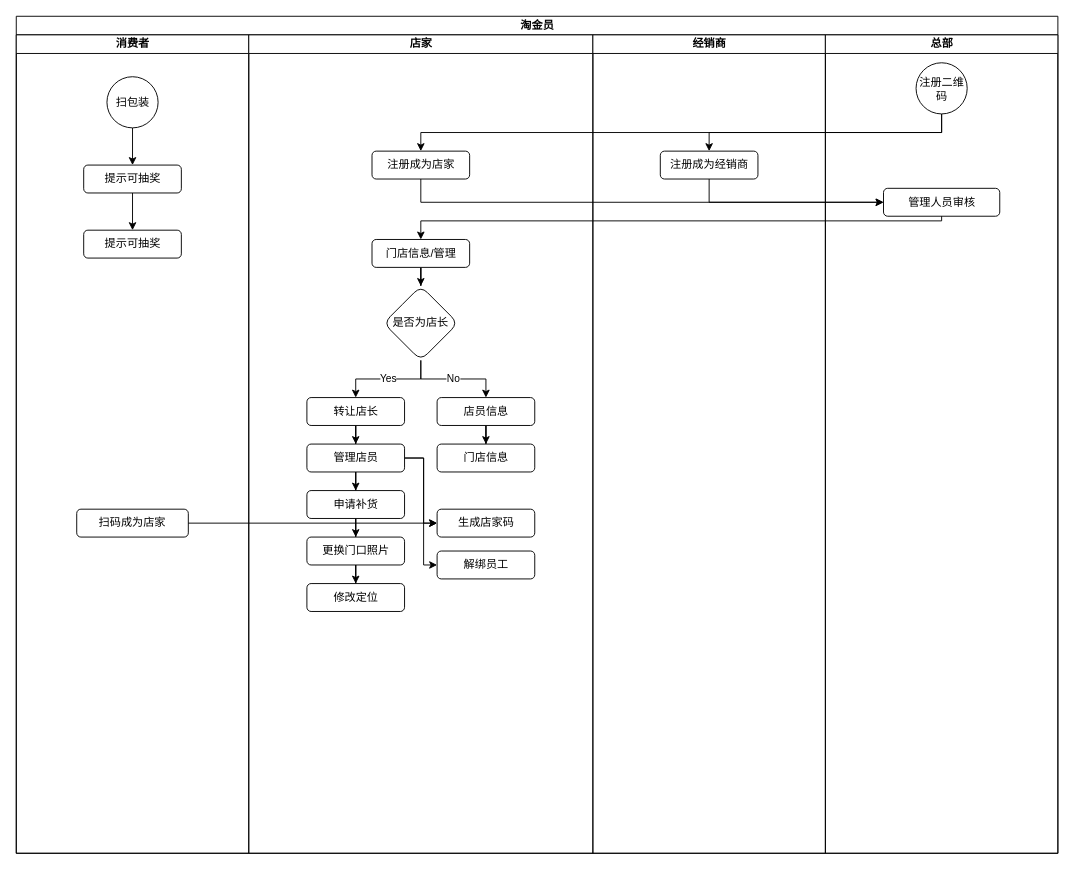
Above: 淘金员身份控制.drawio in LeoNooob/myblueprint (draw.io), before the change. Source tidied: cells renumbered, new cells numbered last; positions are measured from the earlier drawing's top-left corner, leaving out a move shared by most shapes. Both pictures are drawn from the tidied source at 93%, with x=0, y=0 at pixel (16, 16).
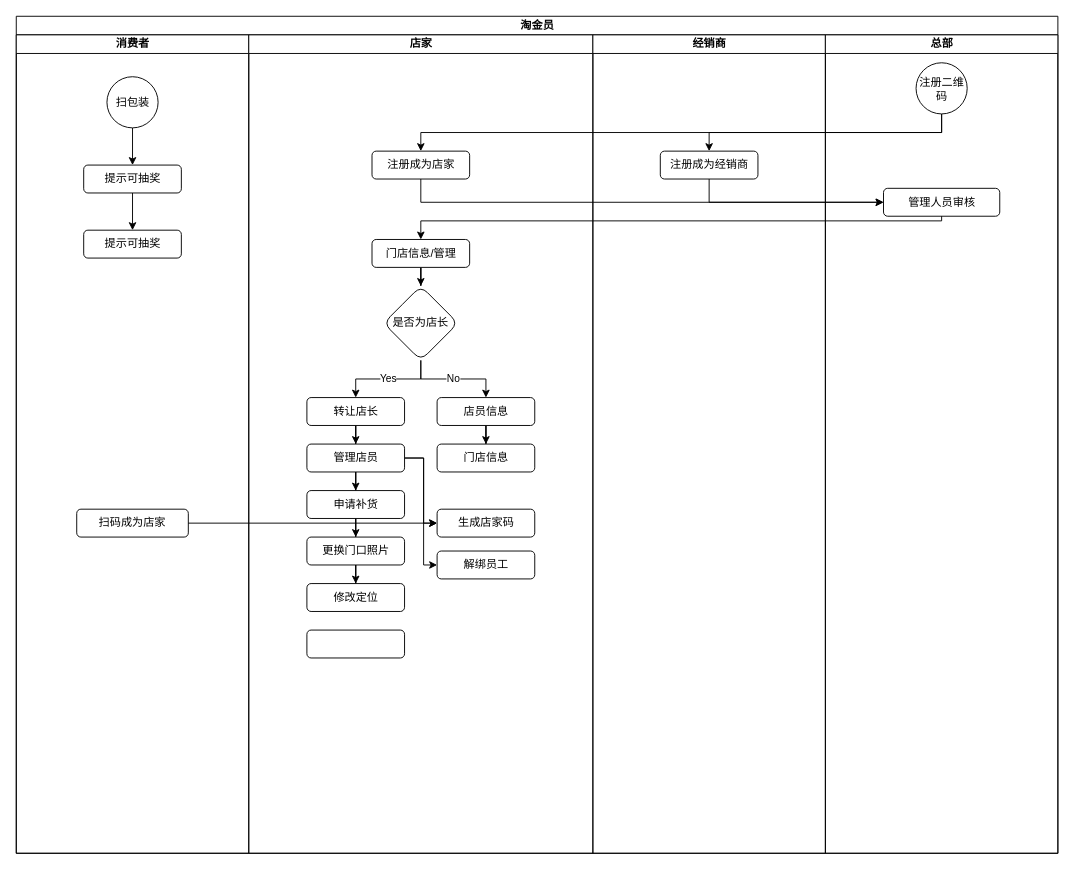
The same diagram, later.

Commit message:
更新淘金员身份控制.drawio

Unchanged cells that the change refers to:
```xml
<mxCell id="10" value="店家" style="swimlane;startSize=20;html=1;" parent="2" vertex="1">
  <mxGeometry x="250" y="20" width="370" height="880" as="geometry" />
</mxCell>
```

Change to the diagram source:
```diff
@@
+    <mxCell id="44" style="rounded=1;whiteSpace=wrap;html=1;" parent="10" vertex="1">
+      <mxGeometry x="62.5" y="640" width="105" height="30" as="geometry" />
+    </mxCell>
```
